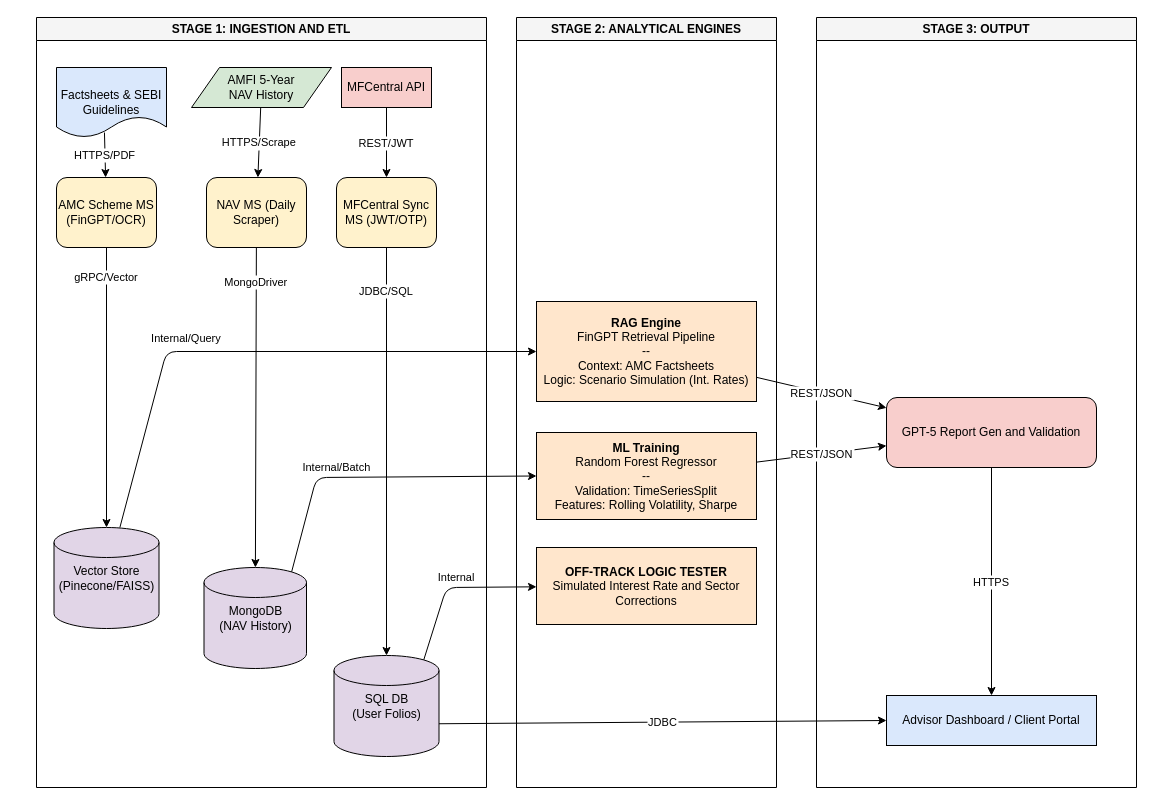
Earlier version of the draw.io diagram diagrams/aiml-wms.v03.drawio (govindthange/agentic-wealth-advisor-crew). Source tidied: cells renumbered, new cells numbered last; positions are measured from the earlier drawing's top-left corner, leaving out a move shared by most shapes. Both pictures are drawn from the tidied source at 100%, with x=0, y=0 at pixel (36, 17).
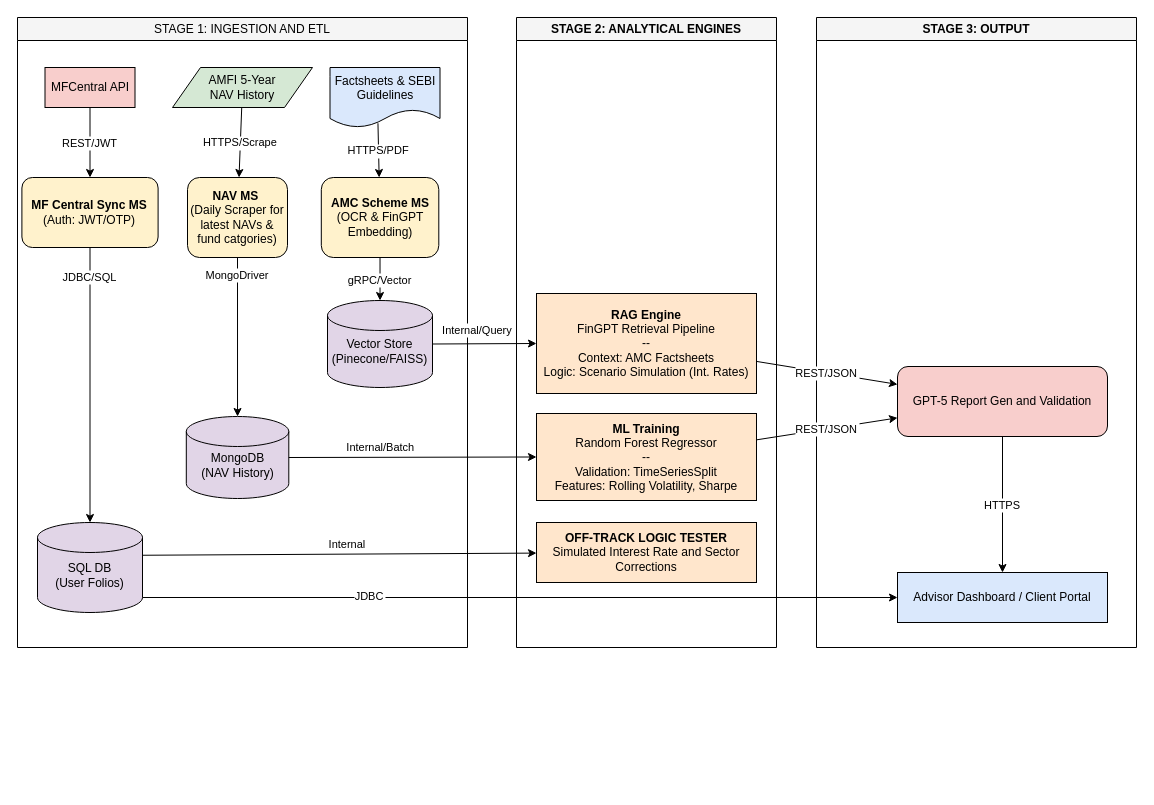
The same diagram, later.

Diff of the diagram source:
```diff
@@
-    <mxCell id="2" value="STAGE 1: INGESTION AND ETL" style="swimlane;whiteSpace=wrap;html=1;fillColor=#f5f5f5;fontStyle=1;" parent="1" vertex="1">
-      <mxGeometry width="450" height="770" as="geometry" />
+    <mxCell id="2" value="STAGE 1: INGESTION AND ETL" style="swimlane;whiteSpace=wrap;html=1;fillColor=#f5f5f5;fontStyle=0;" parent="1" vertex="1">
+      <mxGeometry x="-19" width="450" height="630" as="geometry" />
     </mxCell>
+    <mxCell id="11" value="AMFI 5-Year&lt;div&gt;NAV History&lt;/div&gt;" style="shape=parallelogram;whiteSpace=wrap;html=1;fillColor=#d5e8d4;" parent="2" vertex="1">
+      <mxGeometry x="155" y="50" width="140" height="40" as="geometry" />
+    </mxCell>
+    <mxCell id="12" value="&lt;b&gt;NAV MS&amp;nbsp;&lt;/b&gt;&lt;div&gt;(Daily Scraper for latest NAVs &amp;amp; fund catgories)&lt;/div&gt;" style="rounded=1;whiteSpace=wrap;html=1;fillColor=#fff2cc;" parent="2" vertex="1">
+      <mxGeometry x="170" y="160" width="100" height="80" as="geometry" />
+    </mxCell>
+    <mxCell id="13" value="&lt;span style=&quot;color: rgb(0, 0, 0);&quot;&gt;MongoDB&lt;/span&gt;&lt;div&gt;&lt;span style=&quot;color: rgb(0, 0, 0);&quot;&gt;(NAV History)&lt;/span&gt;&lt;/div&gt;" style="shape=cylinder3;whiteSpace=wrap;html=1;fillColor=#e1d5e7;spacingTop=15;" parent="2" vertex="1">
+      <mxGeometry x="168.8" y="399" width="102.5" height="82" as="geometry" />
+    </mxCell>
+    <mxCell id="14" value="HTTPS/Scrape" parent="2" edge="1" source="11" target="12">
+      <mxGeometry relative="1" as="geometry" />
+    </mxCell>
+    <mxCell id="15" value="MongoDriver" parent="2" edge="1" source="12" target="13">
+      <mxGeometry x="-0.79" relative="1" as="geometry" />
+    </mxCell>
-    <mxCell id="3" value="Factsheets &amp;amp; SEBI Guidelines" style="shape=document;whiteSpace=wrap;html=1;fillColor=#dae8fc;" parent="2" vertex="1">
-      <mxGeometry x="20" y="50" width="110" height="70" as="geometry" />
+    <mxCell id="3" value="Factsheets &amp;amp; SEBI Guidelines" style="shape=document;whiteSpace=wrap;html=1;fillColor=#dae8fc;spacingTop=0;verticalAlign=top;" parent="2" vertex="1">
+      <mxGeometry x="312.5" y="50" width="110" height="60" as="geometry" />
     </mxCell>
-    <mxCell id="4" value="AMC Scheme MS (FinGPT/OCR)" style="rounded=1;whiteSpace=wrap;html=1;fillColor=#fff2cc;" parent="2" vertex="1">
-      <mxGeometry x="20" y="160" width="100" height="70" as="geometry" />
+    <mxCell id="4" value="&lt;b&gt;AMC Scheme MS&lt;/b&gt; (OCR &amp;amp; FinGPT Embedding)" style="rounded=1;whiteSpace=wrap;html=1;fillColor=#fff2cc;" parent="2" vertex="1">
+      <mxGeometry x="303.8" y="160" width="117.5" height="80" as="geometry" />
     </mxCell>
-    <mxCell id="5" value="&lt;span style=&quot;color: rgb(0, 0, 0);&quot;&gt;Vector Store (Pinecone/FAISS)&lt;/span&gt;" style="shape=cylinder3;whiteSpace=wrap;html=1;fillColor=#e1d5e7;" parent="2" vertex="1">
-      <mxGeometry x="17.5" y="510" width="105" height="101" as="geometry" />
+    <mxCell id="5" value="&lt;span style=&quot;color: rgb(0, 0, 0);&quot;&gt;Vector Store (Pinecone/FAISS)&lt;/span&gt;" style="shape=cylinder3;whiteSpace=wrap;html=1;fillColor=#e1d5e7;spacingTop=15;" parent="2" vertex="1">
+      <mxGeometry x="310" y="283" width="105" height="87" as="geometry" />
     </mxCell>
+    <mxCell id="23" value="HTTPS/PDF" style="exitX=0.436;exitY=0.929;exitDx=0;exitDy=0;exitPerimeter=0;" parent="2" edge="1" source="3" target="4">
+      <mxGeometry relative="1" as="geometry" />
+    </mxCell>
+    <mxCell id="24" value="gRPC/Vector" parent="2" edge="1" source="4" target="5">
+      <mxGeometry relative="1" as="geometry" />
+    </mxCell>
     <mxCell id="6" value="MFCentral API" style="rounded=0;whiteSpace=wrap;html=1;fillColor=#f8cecc;" parent="2" vertex="1">
-      <mxGeometry x="305" y="50" width="90" height="40" as="geometry" />
+      <mxGeometry x="27.5" y="50" width="90" height="40" as="geometry" />
     </mxCell>
-    <mxCell id="7" value="MFCentral Sync MS (JWT/OTP)" style="rounded=1;whiteSpace=wrap;html=1;fillColor=#fff2cc;" parent="2" vertex="1">
-      <mxGeometry x="300" y="160" width="100" height="70" as="geometry" />
+    <mxCell id="7" value="&lt;b&gt;MF Central Sync MS&lt;/b&gt;&lt;div&gt;(Auth: JWT/OTP)&lt;/div&gt;" style="rounded=1;whiteSpace=wrap;html=1;fillColor=#fff2cc;" parent="2" vertex="1">
+      <mxGeometry x="4.4" y="160" width="136.2" height="70" as="geometry" />
     </mxCell>
-    <mxCell id="8" value="&lt;span style=&quot;color: rgb(0, 0, 0);&quot;&gt;SQL DB&lt;/span&gt;&lt;div&gt;&lt;span style=&quot;color: rgb(0, 0, 0);&quot;&gt;(User Folios)&lt;/span&gt;&lt;/div&gt;" style="shape=cylinder3;whiteSpace=wrap;html=1;fillColor=#e1d5e7;" parent="2" vertex="1">
-      <mxGeometry x="297.5" y="638" width="105" height="101" as="geometry" />
+    <mxCell id="8" value="&lt;span style=&quot;color: rgb(0, 0, 0);&quot;&gt;SQL DB&lt;/span&gt;&lt;div&gt;&lt;span style=&quot;color: rgb(0, 0, 0);&quot;&gt;(User Folios)&lt;/span&gt;&lt;/div&gt;" style="shape=cylinder3;whiteSpace=wrap;html=1;fillColor=#e1d5e7;spacingTop=15;" parent="2" vertex="1">
+      <mxGeometry x="20" y="505" width="105" height="90" as="geometry" />
     </mxCell>
@@
-    <mxCell id="11" value="AMFI 5-Year&lt;div&gt;NAV History&lt;/div&gt;" style="shape=parallelogram;whiteSpace=wrap;html=1;fillColor=#d5e8d4;" parent="2" vertex="1">
-      <mxGeometry x="155" y="50" width="140" height="40" as="geometry" />
-    </mxCell>
-    <mxCell id="12" value="NAV MS (Daily Scraper)" style="rounded=1;whiteSpace=wrap;html=1;fillColor=#fff2cc;" parent="2" vertex="1">
-      <mxGeometry x="170" y="160" width="100" height="70" as="geometry" />
-    </mxCell>
-    <mxCell id="13" value="&lt;span style=&quot;color: rgb(0, 0, 0);&quot;&gt;MongoDB&lt;/span&gt;&lt;div&gt;&lt;span style=&quot;color: rgb(0, 0, 0);&quot;&gt;(NAV History)&lt;/span&gt;&lt;/div&gt;" style="shape=cylinder3;whiteSpace=wrap;html=1;fillColor=#e1d5e7;" parent="2" vertex="1">
-      <mxGeometry x="167.5" y="550" width="102.5" height="101" as="geometry" />
-    </mxCell>
-    <mxCell id="14" value="HTTPS/Scrape" parent="2" edge="1" source="11" target="12">
-      <mxGeometry relative="1" as="geometry" />
-    </mxCell>
-    <mxCell id="15" value="MongoDriver" parent="2" edge="1" source="12" target="13">
-      <mxGeometry x="-0.79" relative="1" as="geometry" />
-    </mxCell>
     <mxCell id="16" value="STAGE 2: ANALYTICAL ENGINES" style="swimlane;whiteSpace=wrap;html=1;fillColor=#f5f5f5;fontStyle=1;" parent="1" vertex="1">
-      <mxGeometry x="480" width="260" height="770" as="geometry" />
+      <mxGeometry x="480" width="260" height="630" as="geometry" />
     </mxCell>
     <mxCell id="17" value="&lt;b&gt;ML Training&lt;/b&gt;&lt;div&gt;&lt;span style=&quot;color: rgb(0, 0, 0); background-color: transparent;&quot;&gt;Random Forest Regressor&lt;/span&gt;&lt;br&gt;&lt;/div&gt;&lt;div&gt;&lt;span style=&quot;color: rgb(0, 0, 0);&quot;&gt;--&lt;/span&gt;&lt;br style=&quot;color: rgb(0, 0, 0);&quot;&gt;&lt;span style=&quot;color: rgb(0, 0, 0);&quot;&gt;Validation: TimeSeriesSplit&lt;/span&gt;&lt;br style=&quot;color: rgb(0, 0, 0);&quot;&gt;&lt;span style=&quot;color: rgb(0, 0, 0);&quot;&gt;Features: Rolling Volatility, Sharpe&lt;/span&gt;&lt;br&gt;&lt;/div&gt;" style="rounded=0;whiteSpace=wrap;html=1;fillColor=#ffe6cc;" parent="16" vertex="1">
-      <mxGeometry x="20" y="415" width="220" height="87" as="geometry" />
+      <mxGeometry x="20" y="396" width="220" height="87" as="geometry" />
     </mxCell>
     <mxCell id="18" value="&lt;b&gt;RAG Engine&lt;/b&gt;&lt;div&gt;&lt;span style=&quot;color: rgb(0, 0, 0);&quot;&gt;FinGPT Retrieval Pipeline&lt;/span&gt;&lt;br style=&quot;color: rgb(0, 0, 0);&quot;&gt;&lt;span style=&quot;color: rgb(0, 0, 0);&quot;&gt;--&lt;/span&gt;&lt;br style=&quot;color: rgb(0, 0, 0);&quot;&gt;&lt;span style=&quot;color: rgb(0, 0, 0);&quot;&gt;Context: AMC Factsheets&lt;/span&gt;&lt;br style=&quot;color: rgb(0, 0, 0);&quot;&gt;&lt;span style=&quot;color: rgb(0, 0, 0);&quot;&gt;Logic: Scenario Simulation (Int. Rates)&lt;/span&gt;&lt;br&gt;&lt;/div&gt;" style="rounded=0;whiteSpace=wrap;html=1;fillColor=#ffe6cc;" parent="16" vertex="1">
-      <mxGeometry x="20" y="284" width="220" height="100" as="geometry" />
+      <mxGeometry x="20" y="276" width="220" height="100" as="geometry" />
     </mxCell>
     <mxCell id="19" value="&lt;span style=&quot;color: rgb(0, 0, 0);&quot;&gt;&lt;b&gt;OFF-TRACK LOGIC TESTER&lt;/b&gt;&lt;/span&gt;&lt;div&gt;&lt;span style=&quot;color: rgb(0, 0, 0);&quot;&gt;Simulated Interest Rate and Sector Corrections&lt;/span&gt;&lt;/div&gt;" style="rounded=0;whiteSpace=wrap;html=1;fillColor=#ffe6cc;" parent="16" vertex="1">
-      <mxGeometry x="20" y="530" width="220" height="77" as="geometry" />
+      <mxGeometry x="20" y="505" width="220" height="60" as="geometry" />
     </mxCell>
     <mxCell id="20" value="STAGE 3: OUTPUT" style="swimlane;whiteSpace=wrap;html=1;fillColor=#f5f5f5;fontStyle=1;" parent="1" vertex="1">
-      <mxGeometry x="780" width="320" height="770" as="geometry" />
+      <mxGeometry x="780" width="320" height="630" as="geometry" />
     </mxCell>
     <mxCell id="21" value="GPT-5 Report Gen and Validation" style="rounded=1;whiteSpace=wrap;html=1;fillColor=#f8cecc;" parent="20" vertex="1">
-      <mxGeometry x="70" y="380" width="210" height="70" as="geometry" />
+      <mxGeometry x="81" y="349" width="210" height="70" as="geometry" />
     </mxCell>
     <mxCell id="22" value="Advisor Dashboard / Client Portal" style="rounded=0;whiteSpace=wrap;html=1;fillColor=#dae8fc;" parent="20" vertex="1">
-      <mxGeometry x="70" y="678" width="210" height="50" as="geometry" />
+      <mxGeometry x="81" y="555" width="210" height="50" as="geometry" />
     </mxCell>
-    <mxCell id="23" value="HTTPS/PDF" style="exitX=0.436;exitY=0.929;exitDx=0;exitDy=0;exitPerimeter=0;" parent="1" edge="1" source="3" target="4">
-      <mxGeometry relative="1" as="geometry" />
-    </mxCell>
-    <mxCell id="24" value="gRPC/Vector" parent="1" edge="1" source="4" target="5">
-      <mxGeometry x="-0.79" relative="1" as="geometry" />
-    </mxCell>
-    <mxCell id="25" value="Internal/Batch" style="entryX=0;entryY=0.5;entryDx=0;entryDy=0;exitX=0.855;exitY=0;exitDx=0;exitDy=4.35;exitPerimeter=0;" parent="1" edge="1" source="13" target="17">
-      <mxGeometry x="-0.26" y="10" relative="1" as="geometry">
-        <Array as="points">
-          <mxPoint x="280" y="460" />
-        </Array>
-      </mxGeometry>
+    <mxCell id="25" value="Internal/Batch" style="entryX=0;entryY=0.5;entryDx=0;entryDy=0;exitX=1;exitY=0.5;exitDx=0;exitDy=0;exitPerimeter=0;" parent="1" edge="1" source="13" target="17">
+      <mxGeometry x="-0.26" y="10" relative="1" as="geometry" />
     </mxCell>
-    <mxCell id="26" value="Internal/Query" style="entryX=0;entryY=0.5;entryDx=0;entryDy=0;" parent="1" edge="1" source="5" target="18">
-      <mxGeometry x="-0.27" y="14" relative="1" as="geometry">
-        <Array as="points">
-          <mxPoint x="130" y="334" />
-        </Array>
-      </mxGeometry>
+    <mxCell id="26" value="Internal/Query" style="entryX=0;entryY=0.5;entryDx=0;entryDy=0;exitX=1;exitY=0.5;exitDx=0;exitDy=0;exitPerimeter=0;" parent="1" edge="1" source="5" target="18">
+      <mxGeometry x="-0.14" y="14" relative="1" as="geometry" />
     </mxCell>
-    <mxCell id="27" value="Internal" style="exitX=0.855;exitY=0;exitDx=0;exitDy=4.35;exitPerimeter=0;" parent="1" edge="1" source="8" target="19">
-      <mxGeometry x="0.04" y="10" relative="1" as="geometry">
-        <Array as="points">
-          <mxPoint x="410" y="570" />
-        </Array>
-      </mxGeometry>
+    <mxCell id="27" value="Internal" style="exitX=1;exitY=0;exitDx=0;exitDy=32.75;exitPerimeter=0;" parent="1" edge="1" source="8" target="19">
+      <mxGeometry x="0.04" y="10" relative="1" as="geometry" />
     </mxCell>
@@
-    <mxCell id="31" value="JDBC" style="entryX=0;entryY=0.5;entryDx=0;entryDy=0;exitX=1;exitY=0;exitDx=0;exitDy=68.24999999999999;exitPerimeter=0;" parent="1" edge="1" source="8" target="22">
-      <mxGeometry relative="1" as="geometry" />
+    <mxCell id="31" value="JDBC" style="entryX=0;entryY=0.5;entryDx=0;entryDy=0;exitX=1;exitY=1;exitDx=0;exitDy=-15;exitPerimeter=0;" parent="1" edge="1" source="8" target="22">
+      <mxGeometry x="-0.4" y="2" relative="1" as="geometry" />
     </mxCell>
```
